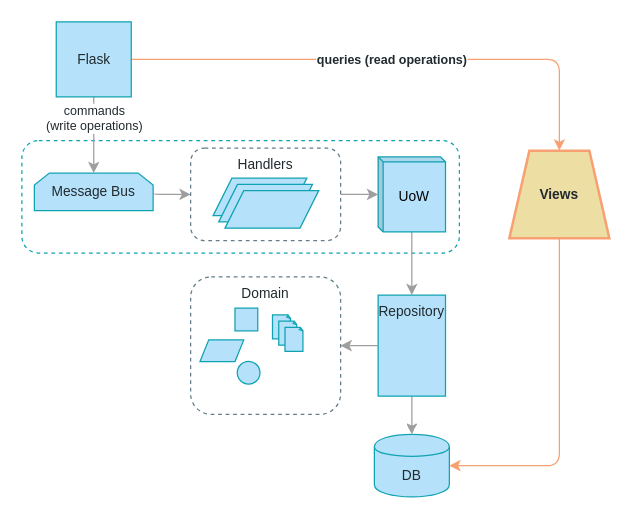
This is page "Chapter 12" (9 of 11) of maps.drawio from cosmicpython/book, a draw.io file, before an edit. Source tidied: cells renumbered, new cells numbered last; positions are measured from the earlier drawing's top-left corner, leaving out a move shared by most shapes. Both pictures are drawn from the tidied source at 125%, with x=0, y=0 at pixel (21, 21).
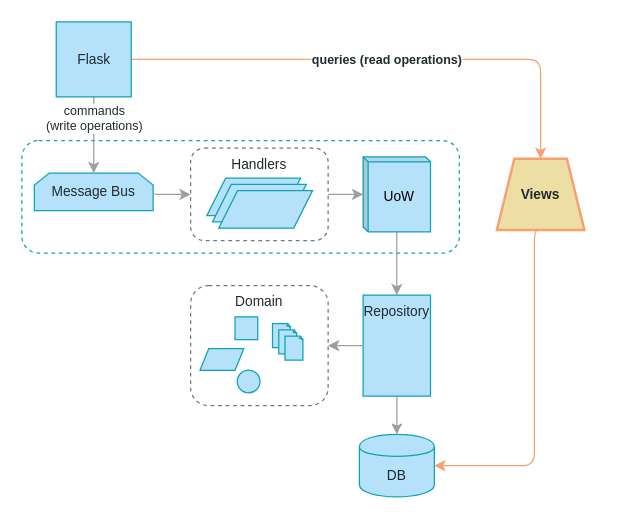
After the change.

Change to the diagram source:
```diff
@@
     <mxCell id="7" value="UoW" style="shape=cube;whiteSpace=wrap;html=1;boundedLbl=1;backgroundOutline=1;darkOpacity=0.05;darkOpacity2=0.1;fontFamily=Guardian Sans Cond Light;fontSize=11;fontColor=#000000;align=center;strokeColor=#0FA3B1;fillColor=#B5E2FA;size=4;" parent="1" vertex="1">
-      <mxGeometry x="285" y="108" width="53.9" height="60" as="geometry" />
+      <mxGeometry x="273" y="108" width="53.9" height="60" as="geometry" />
     </mxCell>
@@
     <mxCell id="10" value="Repository" style="whiteSpace=wrap;html=1;strokeColor=#0FA3B1;fillColor=#B5E2FA;gradientColor=none;fontFamily=Guardian Sans Cond Light;fontSize=11;fontColor=#212A2E;verticalAlign=top;" parent="1" vertex="1">
-      <mxGeometry x="285" y="218.6" width="53.9" height="80.8" as="geometry" />
+      <mxGeometry x="273" y="218.6" width="53.9" height="80.8" as="geometry" />
     </mxCell>
@@
     <mxCell id="13" value="DB" style="shape=cylinder;whiteSpace=wrap;html=1;boundedLbl=1;backgroundOutline=1;strokeColor=#0FA3B1;fillColor=#B5E2FA;fontSize=11;fontColor=#212A2E;gradientColor=none;fontFamily=Guardian Sans Cond Light;" parent="1" vertex="1">
-      <mxGeometry x="282" y="330" width="60" height="50" as="geometry" />
+      <mxGeometry x="270" y="330" width="60" height="50" as="geometry" />
     </mxCell>
@@
     <mxCell id="15" style="edgeStyle=orthogonalEdgeStyle;jettySize=auto;html=1;strokeColor=#F7A072;fillColor=#B5E2FA;fontFamily=Guardian Sans Cond Light;fontSize=11;fontColor=#212A2E;entryX=1;entryY=0.5;entryDx=0;entryDy=0;exitX=0.5;exitY=1;exitDx=0;exitDy=0;" parent="1" edge="1" source="16" target="13">
       <mxGeometry relative="1" as="geometry">
         <Array as="points">
-          <mxPoint x="430" y="355" />
+          <mxPoint x="410" y="355" />
         </Array>
       </mxGeometry>
     </mxCell>
     <mxCell id="16" value="Views" style="shape=trapezoid;perimeter=trapezoidPerimeter;whiteSpace=wrap;html=1;rounded=0;shadow=0;glass=0;comic=0;strokeColor=#F7A072;fillColor=#EDDEA4;gradientColor=none;fontFamily=Guardian Sans Cond Light;fontSize=11;fontColor=#212A2E;align=center;fontStyle=1;strokeWidth=2;" parent="1" vertex="1">
-      <mxGeometry x="390" y="103" width="80" height="70" as="geometry" />
+      <mxGeometry x="380" y="109.5" width="70" height="57" as="geometry" />
     </mxCell>
     <mxCell id="17" value="Handlers" style="rounded=1;whiteSpace=wrap;html=1;fontFamily=Guardian Sans Cond Light;verticalAlign=top;fontSize=11;fontColor=#212A2E;fillColor=none;strokeColor=#637C89;fontStyle=0;dashed=1;" parent="1" vertex="1">
-      <mxGeometry x="135" y="101" width="120" height="74" as="geometry" />
+      <mxGeometry x="135" y="101" width="110" height="74" as="geometry" />
     </mxCell>
-    <mxCell id="18" style="group;" parent="1" vertex="1">
-      <mxGeometry x="135" y="204" width="120" height="110" as="geometry" />
-    </mxCell>
+    <mxCell id="26" style="group;" parent="1" vertex="1">
+      <mxGeometry x="148" y="125" width="84.5" height="40" as="geometry" />
+    </mxCell>
+    <mxCell id="27" style="shape=parallelogram;perimeter=parallelogramPerimeter;whiteSpace=wrap;html=1;fontFamily=Guardian Sans Cond Light;fontSize=11;fontColor=#212A2E;align=center;strokeColor=#0FA3B1;fillColor=#B5E2FA;" parent="26" vertex="1">
+      <mxGeometry width="75" height="30" as="geometry" />
+    </mxCell>
+    <mxCell id="28" style="shape=parallelogram;perimeter=parallelogramPerimeter;whiteSpace=wrap;html=1;fontFamily=Guardian Sans Cond Light;fontSize=11;fontColor=#212A2E;align=center;strokeColor=#0FA3B1;fillColor=#B5E2FA;" parent="26" vertex="1">
+      <mxGeometry x="4.5" y="5" width="75" height="30" as="geometry" />
+    </mxCell>
+    <mxCell id="29" style="shape=parallelogram;perimeter=parallelogramPerimeter;whiteSpace=wrap;html=1;fontFamily=Guardian Sans Cond Light;fontSize=11;fontColor=#212A2E;align=center;strokeColor=#0FA3B1;fillColor=#B5E2FA;" parent="26" vertex="1">
+      <mxGeometry x="9.5" y="10" width="75" height="30" as="geometry" />
+    </mxCell>
+    <mxCell id="30" style="group;" parent="1" vertex="1">
+      <mxGeometry x="135" y="211" width="110" height="96" as="geometry" />
+    </mxCell>
+    <mxCell id="31" style="group;" parent="30" vertex="1">
+      <mxGeometry width="110" height="96" as="geometry" />
+    </mxCell>
-    <mxCell id="19" value="Domain" style="rounded=1;whiteSpace=wrap;html=1;fontFamily=Guardian Sans Cond Light;verticalAlign=top;fontSize=11;fontColor=#212A2E;fillColor=none;strokeColor=#637C89;dashed=1;" parent="18" vertex="1">
-      <mxGeometry width="120" height="110" as="geometry" />
+    <mxCell id="19" value="Domain" style="rounded=1;whiteSpace=wrap;html=1;fontFamily=Guardian Sans Cond Light;verticalAlign=top;fontSize=11;fontColor=#212A2E;fillColor=none;strokeColor=#637C89;dashed=1;" parent="31" vertex="1">
+      <mxGeometry width="110" height="96" as="geometry" />
     </mxCell>
-    <mxCell id="20" style="whiteSpace=wrap;html=1;fontSize=11;strokeColor=#0FA3B1;fillColor=#B5E2FA;fontFamily=Guardian Sans Cond Light;" parent="18" vertex="1">
+    <mxCell id="20" style="whiteSpace=wrap;html=1;fontSize=11;strokeColor=#0FA3B1;fillColor=#B5E2FA;fontFamily=Guardian Sans Cond Light;" parent="31" vertex="1">
       <mxGeometry x="35.5" y="25" width="18.2" height="18.2" as="geometry" />
     </mxCell>
-    <mxCell id="21" style="ellipse;whiteSpace=wrap;html=1;fontSize=11;strokeColor=#0FA3B1;fillColor=#B5E2FA;fontFamily=Guardian Sans Cond Light;" parent="18" vertex="1">
+    <mxCell id="21" style="ellipse;whiteSpace=wrap;html=1;fontSize=11;strokeColor=#0FA3B1;fillColor=#B5E2FA;fontFamily=Guardian Sans Cond Light;" parent="31" vertex="1">
       <mxGeometry x="37.3" y="67.6" width="18.2" height="18.2" as="geometry" />
     </mxCell>
-    <mxCell id="22" style="shape=parallelogram;perimeter=parallelogramPerimeter;whiteSpace=wrap;html=1;fontFamily=Guardian Sans Cond Light;fontSize=11;fontColor=#000000;align=center;strokeColor=#0FA3B1;fillColor=#B5E2FA;" parent="18" vertex="1">
+    <mxCell id="22" style="shape=parallelogram;perimeter=parallelogramPerimeter;whiteSpace=wrap;html=1;fontFamily=Guardian Sans Cond Light;fontSize=11;fontColor=#000000;align=center;strokeColor=#0FA3B1;fillColor=#B5E2FA;" parent="31" vertex="1">
       <mxGeometry x="7.5" y="50.4" width="35" height="17.3" as="geometry" />
     </mxCell>
-    <mxCell id="23" style="whiteSpace=wrap;html=1;shape=mxgraph.basic.document;rounded=1;strokeColor=#0FA3B1;fillColor=#B5E2FA;fontFamily=Guardian Sans Cond Light;fontSize=11;" parent="18" vertex="1">
+    <mxCell id="23" style="whiteSpace=wrap;html=1;shape=mxgraph.basic.document;rounded=1;strokeColor=#0FA3B1;fillColor=#B5E2FA;fontFamily=Guardian Sans Cond Light;fontSize=11;" parent="31" vertex="1">
       <mxGeometry x="65.5" y="30.4" width="14.5" height="19.2" as="geometry" />
     </mxCell>
-    <mxCell id="24" style="whiteSpace=wrap;html=1;shape=mxgraph.basic.document;rounded=1;strokeColor=#0FA3B1;fillColor=#B5E2FA;fontFamily=Guardian Sans Cond Light;fontSize=11;" parent="18" vertex="1">
+    <mxCell id="24" style="whiteSpace=wrap;html=1;shape=mxgraph.basic.document;rounded=1;strokeColor=#0FA3B1;fillColor=#B5E2FA;fontFamily=Guardian Sans Cond Light;fontSize=11;" parent="31" vertex="1">
       <mxGeometry x="70.5" y="35.4" width="14.5" height="19.2" as="geometry" />
     </mxCell>
-    <mxCell id="25" style="whiteSpace=wrap;html=1;shape=mxgraph.basic.document;rounded=1;strokeColor=#0FA3B1;fillColor=#B5E2FA;fontFamily=Guardian Sans Cond Light;fontSize=11;" parent="18" vertex="1">
+    <mxCell id="25" style="whiteSpace=wrap;html=1;shape=mxgraph.basic.document;rounded=1;strokeColor=#0FA3B1;fillColor=#B5E2FA;fontFamily=Guardian Sans Cond Light;fontSize=11;" parent="31" vertex="1">
       <mxGeometry x="75.5" y="40.4" width="14.5" height="19.2" as="geometry" />
     </mxCell>
-    <mxCell id="26" style="group;" parent="1" vertex="1">
-      <mxGeometry x="153" y="125" width="84.5" height="40" as="geometry" />
-    </mxCell>
-    <mxCell id="27" style="shape=parallelogram;perimeter=parallelogramPerimeter;whiteSpace=wrap;html=1;fontFamily=Guardian Sans Cond Light;fontSize=11;fontColor=#212A2E;align=center;strokeColor=#0FA3B1;fillColor=#B5E2FA;" parent="26" vertex="1">
-      <mxGeometry width="75" height="30" as="geometry" />
-    </mxCell>
-    <mxCell id="28" style="shape=parallelogram;perimeter=parallelogramPerimeter;whiteSpace=wrap;html=1;fontFamily=Guardian Sans Cond Light;fontSize=11;fontColor=#212A2E;align=center;strokeColor=#0FA3B1;fillColor=#B5E2FA;" parent="26" vertex="1">
-      <mxGeometry x="4.5" y="5" width="75" height="30" as="geometry" />
-    </mxCell>
-    <mxCell id="29" style="shape=parallelogram;perimeter=parallelogramPerimeter;whiteSpace=wrap;html=1;fontFamily=Guardian Sans Cond Light;fontSize=11;fontColor=#212A2E;align=center;strokeColor=#0FA3B1;fillColor=#B5E2FA;" parent="26" vertex="1">
-      <mxGeometry x="9.5" y="10" width="75" height="30" as="geometry" />
-    </mxCell>
```
